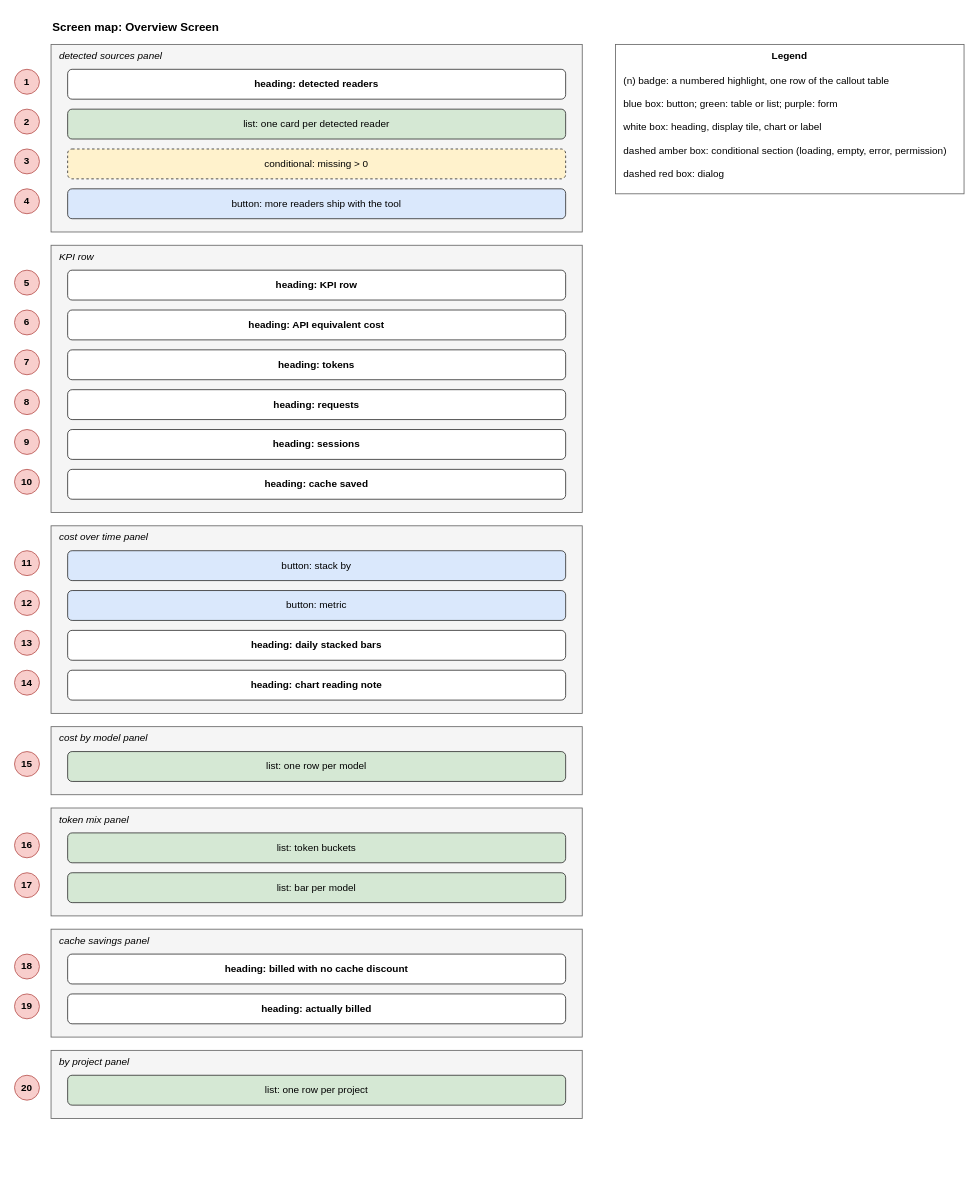
GeorgiNaydenov/LocalTokenomics keeps this draw.io diagram as docs/brain/architecture/drawio/drawio-screen-overview-screen.drawio. Above is the earlier version. Source tidied: cells renumbered, new cells numbered last; positions are measured from the earlier drawing's top-left corner, leaving out a move shared by most shapes. Both pictures are drawn from the tidied source at 83%, with x=0, y=0 at pixel (14, 14).
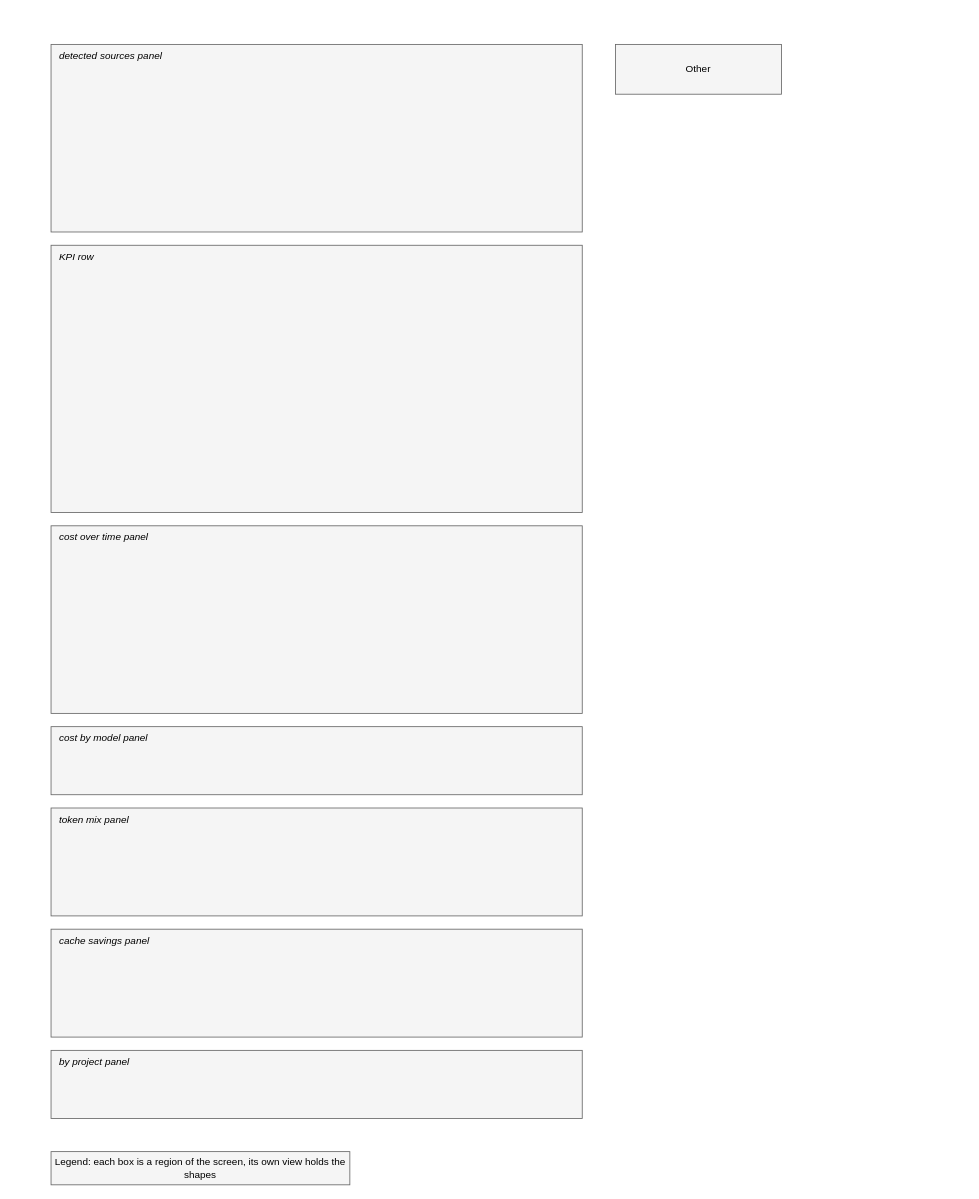
The same page after the edit.

The change refers to these unchanged cells:
```xml
<mxCell id="3" value="detected sources panel" style="rounded=0;whiteSpace=wrap;html=0;fillColor=#f5f5f5;strokeColor=#666666;verticalAlign=top;align=left;spacingLeft=8;fontStyle=2;" parent="1" vertex="1">
  <mxGeometry x="44" y="36" width="640" height="226" as="geometry" />
</mxCell>
<mxCell id="12" value="KPI row" style="rounded=0;whiteSpace=wrap;html=0;fillColor=#f5f5f5;strokeColor=#666666;verticalAlign=top;align=left;spacingLeft=8;fontStyle=2;" parent="1" vertex="1">
  <mxGeometry x="44" y="278" width="640" height="322" as="geometry" />
</mxCell>
<mxCell id="25" value="cost over time panel" style="rounded=0;whiteSpace=wrap;html=0;fillColor=#f5f5f5;strokeColor=#666666;verticalAlign=top;align=left;spacingLeft=8;fontStyle=2;" parent="1" vertex="1">
  <mxGeometry x="44" y="616" width="640" height="226" as="geometry" />
</mxCell>
<mxCell id="34" value="cost by model panel" style="rounded=0;whiteSpace=wrap;html=0;fillColor=#f5f5f5;strokeColor=#666666;verticalAlign=top;align=left;spacingLeft=8;fontStyle=2;" parent="1" vertex="1">
  <mxGeometry x="44" y="858" width="640" height="82" as="geometry" />
</mxCell>
<mxCell id="37" value="token mix panel" style="rounded=0;whiteSpace=wrap;html=0;fillColor=#f5f5f5;strokeColor=#666666;verticalAlign=top;align=left;spacingLeft=8;fontStyle=2;" parent="1" vertex="1">
  <mxGeometry x="44" y="956" width="640" height="130" as="geometry" />
</mxCell>
<mxCell id="42" value="cache savings panel" style="rounded=0;whiteSpace=wrap;html=0;fillColor=#f5f5f5;strokeColor=#666666;verticalAlign=top;align=left;spacingLeft=8;fontStyle=2;" parent="1" vertex="1">
  <mxGeometry x="44" y="1102" width="640" height="130" as="geometry" />
</mxCell>
<mxCell id="47" value="by project panel" style="rounded=0;whiteSpace=wrap;html=0;fillColor=#f5f5f5;strokeColor=#666666;verticalAlign=top;align=left;spacingLeft=8;fontStyle=2;" parent="1" vertex="1">
  <mxGeometry x="44" y="1248" width="640" height="82" as="geometry" />
</mxCell>
```

Change to the diagram source:
```diff
@@
-    <mxCell id="2" value="Screen map: Overview Screen" style="text;html=0;fontStyle=1;fontSize=14;align=left;" parent="1" vertex="1">
-      <mxGeometry x="44" width="500" height="24" as="geometry" />
-    </mxCell>
@@
-    <mxCell id="4" value="heading: detected readers" style="rounded=1;whiteSpace=wrap;html=0;fillColor=#ffffff;strokeColor=#333333;fontStyle=1;" parent="3" vertex="1">
-      <mxGeometry x="20" y="30" width="600" height="36" as="geometry" />
-    </mxCell>
-    <mxCell id="5" value="1" style="ellipse;whiteSpace=wrap;html=0;fillColor=#f8cecc;strokeColor=#b85450;fontStyle=1;" parent="1" vertex="1">
-      <mxGeometry y="66" width="30" height="30" as="geometry" />
-    </mxCell>
-    <mxCell id="6" value="list: one card per detected reader" style="rounded=1;whiteSpace=wrap;html=0;fillColor=#d5e8d4;strokeColor=#333333;" parent="3" vertex="1">
-      <mxGeometry x="20" y="78" width="600" height="36" as="geometry" />
-    </mxCell>
-    <mxCell id="7" value="2" style="ellipse;whiteSpace=wrap;html=0;fillColor=#f8cecc;strokeColor=#b85450;fontStyle=1;" parent="1" vertex="1">
-      <mxGeometry y="114" width="30" height="30" as="geometry" />
-    </mxCell>
-    <mxCell id="8" value="conditional: missing &gt; 0" style="rounded=1;whiteSpace=wrap;html=0;fillColor=#fff2cc;strokeColor=#333333;dashed=1;" parent="3" vertex="1">
-      <mxGeometry x="20" y="126" width="600" height="36" as="geometry" />
-    </mxCell>
-    <mxCell id="9" value="3" style="ellipse;whiteSpace=wrap;html=0;fillColor=#f8cecc;strokeColor=#b85450;fontStyle=1;" parent="1" vertex="1">
-      <mxGeometry y="162" width="30" height="30" as="geometry" />
-    </mxCell>
-    <mxCell id="10" value="button: more readers ship with the tool" style="rounded=1;whiteSpace=wrap;html=0;fillColor=#dae8fc;strokeColor=#333333;" parent="3" vertex="1">
-      <mxGeometry x="20" y="174" width="600" height="36" as="geometry" />
-    </mxCell>
-    <mxCell id="11" value="4" style="ellipse;whiteSpace=wrap;html=0;fillColor=#f8cecc;strokeColor=#b85450;fontStyle=1;" parent="1" vertex="1">
-      <mxGeometry y="210" width="30" height="30" as="geometry" />
-    </mxCell>
@@
-    <mxCell id="13" value="heading: KPI row" style="rounded=1;whiteSpace=wrap;html=0;fillColor=#ffffff;strokeColor=#333333;fontStyle=1;" parent="12" vertex="1">
-      <mxGeometry x="20" y="30" width="600" height="36" as="geometry" />
-    </mxCell>
-    <mxCell id="14" value="5" style="ellipse;whiteSpace=wrap;html=0;fillColor=#f8cecc;strokeColor=#b85450;fontStyle=1;" parent="1" vertex="1">
-      <mxGeometry y="308" width="30" height="30" as="geometry" />
-    </mxCell>
-    <mxCell id="15" value="heading: API equivalent cost" style="rounded=1;whiteSpace=wrap;html=0;fillColor=#ffffff;strokeColor=#333333;fontStyle=1;" parent="12" vertex="1">
-      <mxGeometry x="20" y="78" width="600" height="36" as="geometry" />
-    </mxCell>
-    <mxCell id="16" value="6" style="ellipse;whiteSpace=wrap;html=0;fillColor=#f8cecc;strokeColor=#b85450;fontStyle=1;" parent="1" vertex="1">
-      <mxGeometry y="356" width="30" height="30" as="geometry" />
-    </mxCell>
-    <mxCell id="17" value="heading: tokens" style="rounded=1;whiteSpace=wrap;html=0;fillColor=#ffffff;strokeColor=#333333;fontStyle=1;" parent="12" vertex="1">
-      <mxGeometry x="20" y="126" width="600" height="36" as="geometry" />
-    </mxCell>
-    <mxCell id="18" value="7" style="ellipse;whiteSpace=wrap;html=0;fillColor=#f8cecc;strokeColor=#b85450;fontStyle=1;" parent="1" vertex="1">
-      <mxGeometry y="404" width="30" height="30" as="geometry" />
-    </mxCell>
-    <mxCell id="19" value="heading: requests" style="rounded=1;whiteSpace=wrap;html=0;fillColor=#ffffff;strokeColor=#333333;fontStyle=1;" parent="12" vertex="1">
-      <mxGeometry x="20" y="174" width="600" height="36" as="geometry" />
-    </mxCell>
-    <mxCell id="20" value="8" style="ellipse;whiteSpace=wrap;html=0;fillColor=#f8cecc;strokeColor=#b85450;fontStyle=1;" parent="1" vertex="1">
-      <mxGeometry y="452" width="30" height="30" as="geometry" />
-    </mxCell>
-    <mxCell id="21" value="heading: sessions" style="rounded=1;whiteSpace=wrap;html=0;fillColor=#ffffff;strokeColor=#333333;fontStyle=1;" parent="12" vertex="1">
-      <mxGeometry x="20" y="222" width="600" height="36" as="geometry" />
-    </mxCell>
-    <mxCell id="22" value="9" style="ellipse;whiteSpace=wrap;html=0;fillColor=#f8cecc;strokeColor=#b85450;fontStyle=1;" parent="1" vertex="1">
-      <mxGeometry y="500" width="30" height="30" as="geometry" />
-    </mxCell>
-    <mxCell id="23" value="heading: cache saved" style="rounded=1;whiteSpace=wrap;html=0;fillColor=#ffffff;strokeColor=#333333;fontStyle=1;" parent="12" vertex="1">
-      <mxGeometry x="20" y="270" width="600" height="36" as="geometry" />
-    </mxCell>
-    <mxCell id="24" value="10" style="ellipse;whiteSpace=wrap;html=0;fillColor=#f8cecc;strokeColor=#b85450;fontStyle=1;" parent="1" vertex="1">
-      <mxGeometry y="548" width="30" height="30" as="geometry" />
-    </mxCell>
@@
-    <mxCell id="26" value="button: stack by" style="rounded=1;whiteSpace=wrap;html=0;fillColor=#dae8fc;strokeColor=#333333;" parent="25" vertex="1">
-      <mxGeometry x="20" y="30" width="600" height="36" as="geometry" />
-    </mxCell>
-    <mxCell id="27" value="11" style="ellipse;whiteSpace=wrap;html=0;fillColor=#f8cecc;strokeColor=#b85450;fontStyle=1;" parent="1" vertex="1">
-      <mxGeometry y="646" width="30" height="30" as="geometry" />
-    </mxCell>
-    <mxCell id="28" value="button: metric" style="rounded=1;whiteSpace=wrap;html=0;fillColor=#dae8fc;strokeColor=#333333;" parent="25" vertex="1">
-      <mxGeometry x="20" y="78" width="600" height="36" as="geometry" />
-    </mxCell>
-    <mxCell id="29" value="12" style="ellipse;whiteSpace=wrap;html=0;fillColor=#f8cecc;strokeColor=#b85450;fontStyle=1;" parent="1" vertex="1">
-      <mxGeometry y="694" width="30" height="30" as="geometry" />
-    </mxCell>
-    <mxCell id="30" value="heading: daily stacked bars" style="rounded=1;whiteSpace=wrap;html=0;fillColor=#ffffff;strokeColor=#333333;fontStyle=1;" parent="25" vertex="1">
-      <mxGeometry x="20" y="126" width="600" height="36" as="geometry" />
-    </mxCell>
-    <mxCell id="31" value="13" style="ellipse;whiteSpace=wrap;html=0;fillColor=#f8cecc;strokeColor=#b85450;fontStyle=1;" parent="1" vertex="1">
-      <mxGeometry y="742" width="30" height="30" as="geometry" />
-    </mxCell>
-    <mxCell id="32" value="heading: chart reading note" style="rounded=1;whiteSpace=wrap;html=0;fillColor=#ffffff;strokeColor=#333333;fontStyle=1;" parent="25" vertex="1">
-      <mxGeometry x="20" y="174" width="600" height="36" as="geometry" />
-    </mxCell>
-    <mxCell id="33" value="14" style="ellipse;whiteSpace=wrap;html=0;fillColor=#f8cecc;strokeColor=#b85450;fontStyle=1;" parent="1" vertex="1">
-      <mxGeometry y="790" width="30" height="30" as="geometry" />
-    </mxCell>
@@
-    <mxCell id="35" value="list: one row per model" style="rounded=1;whiteSpace=wrap;html=0;fillColor=#d5e8d4;strokeColor=#333333;" parent="34" vertex="1">
-      <mxGeometry x="20" y="30" width="600" height="36" as="geometry" />
-    </mxCell>
-    <mxCell id="36" value="15" style="ellipse;whiteSpace=wrap;html=0;fillColor=#f8cecc;strokeColor=#b85450;fontStyle=1;" parent="1" vertex="1">
-      <mxGeometry y="888" width="30" height="30" as="geometry" />
-    </mxCell>
@@
-    <mxCell id="38" value="list: token buckets" style="rounded=1;whiteSpace=wrap;html=0;fillColor=#d5e8d4;strokeColor=#333333;" parent="37" vertex="1">
-      <mxGeometry x="20" y="30" width="600" height="36" as="geometry" />
-    </mxCell>
-    <mxCell id="39" value="16" style="ellipse;whiteSpace=wrap;html=0;fillColor=#f8cecc;strokeColor=#b85450;fontStyle=1;" parent="1" vertex="1">
-      <mxGeometry y="986" width="30" height="30" as="geometry" />
-    </mxCell>
-    <mxCell id="40" value="list: bar per model" style="rounded=1;whiteSpace=wrap;html=0;fillColor=#d5e8d4;strokeColor=#333333;" parent="37" vertex="1">
-      <mxGeometry x="20" y="78" width="600" height="36" as="geometry" />
-    </mxCell>
-    <mxCell id="41" value="17" style="ellipse;whiteSpace=wrap;html=0;fillColor=#f8cecc;strokeColor=#b85450;fontStyle=1;" parent="1" vertex="1">
-      <mxGeometry y="1034" width="30" height="30" as="geometry" />
-    </mxCell>
@@
-    <mxCell id="43" value="heading: billed with no cache discount" style="rounded=1;whiteSpace=wrap;html=0;fillColor=#ffffff;strokeColor=#333333;fontStyle=1;" parent="42" vertex="1">
-      <mxGeometry x="20" y="30" width="600" height="36" as="geometry" />
-    </mxCell>
-    <mxCell id="44" value="18" style="ellipse;whiteSpace=wrap;html=0;fillColor=#f8cecc;strokeColor=#b85450;fontStyle=1;" parent="1" vertex="1">
-      <mxGeometry y="1132" width="30" height="30" as="geometry" />
-    </mxCell>
-    <mxCell id="45" value="heading: actually billed" style="rounded=1;whiteSpace=wrap;html=0;fillColor=#ffffff;strokeColor=#333333;fontStyle=1;" parent="42" vertex="1">
-      <mxGeometry x="20" y="78" width="600" height="36" as="geometry" />
-    </mxCell>
-    <mxCell id="46" value="19" style="ellipse;whiteSpace=wrap;html=0;fillColor=#f8cecc;strokeColor=#b85450;fontStyle=1;" parent="1" vertex="1">
-      <mxGeometry y="1180" width="30" height="30" as="geometry" />
-    </mxCell>
@@
-    <mxCell id="48" value="list: one row per project" style="rounded=1;whiteSpace=wrap;html=0;fillColor=#d5e8d4;strokeColor=#333333;" parent="47" vertex="1">
-      <mxGeometry x="20" y="30" width="600" height="36" as="geometry" />
-    </mxCell>
-    <mxCell id="49" value="20" style="ellipse;whiteSpace=wrap;html=0;fillColor=#f8cecc;strokeColor=#b85450;fontStyle=1;" parent="1" vertex="1">
-      <mxGeometry y="1278" width="30" height="30" as="geometry" />
-    </mxCell>
-    <mxCell id="50" value="Legend" style="rounded=0;whiteSpace=wrap;html=0;fillColor=#ffffff;strokeColor=#666666;verticalAlign=top;fontStyle=1;" parent="1" vertex="1">
-      <mxGeometry x="724" y="36" width="420" height="180" as="geometry" />
-    </mxCell>
-    <mxCell id="51" value="(n) badge: a numbered highlight, one row of the callout table" style="text;html=0;align=left;whiteSpace=wrap;" parent="50" vertex="1">
-      <mxGeometry x="8" y="30" width="400" height="24" as="geometry" />
-    </mxCell>
-    <mxCell id="52" value="blue box: button; green: table or list; purple: form" style="text;html=0;align=left;whiteSpace=wrap;" parent="50" vertex="1">
-      <mxGeometry x="8" y="58" width="400" height="24" as="geometry" />
-    </mxCell>
-    <mxCell id="53" value="white box: heading, display tile, chart or label" style="text;html=0;align=left;whiteSpace=wrap;" parent="50" vertex="1">
-      <mxGeometry x="8" y="86" width="400" height="24" as="geometry" />
-    </mxCell>
-    <mxCell id="54" value="dashed amber box: conditional section (loading, empty, error, permission)" style="text;html=0;align=left;whiteSpace=wrap;" parent="50" vertex="1">
-      <mxGeometry x="8" y="114" width="400" height="24" as="geometry" />
-    </mxCell>
-    <mxCell id="55" value="dashed red box: dialog" style="text;html=0;align=left;whiteSpace=wrap;" parent="50" vertex="1">
-      <mxGeometry x="8" y="142" width="400" height="24" as="geometry" />
-    </mxCell>
+    <mxCell id="56" value="Other" style="rounded=0;whiteSpace=wrap;html=1;fillColor=#F5F5F5;strokeColor=#666666;fontColor=#000000;" parent="1" vertex="1">
+      <mxGeometry x="724" y="36" width="200" height="60" as="geometry" />
+    </mxCell>
+    <mxCell id="57" value="Legend: each box is a region of the screen, its own view holds the shapes" style="rounded=0;whiteSpace=wrap;html=1;fillColor=#F5F5F5;strokeColor=#666666;fontColor=#000000;" parent="1" vertex="1">
+      <mxGeometry x="44" y="1370" width="360" height="40" as="geometry" />
+    </mxCell>
```
